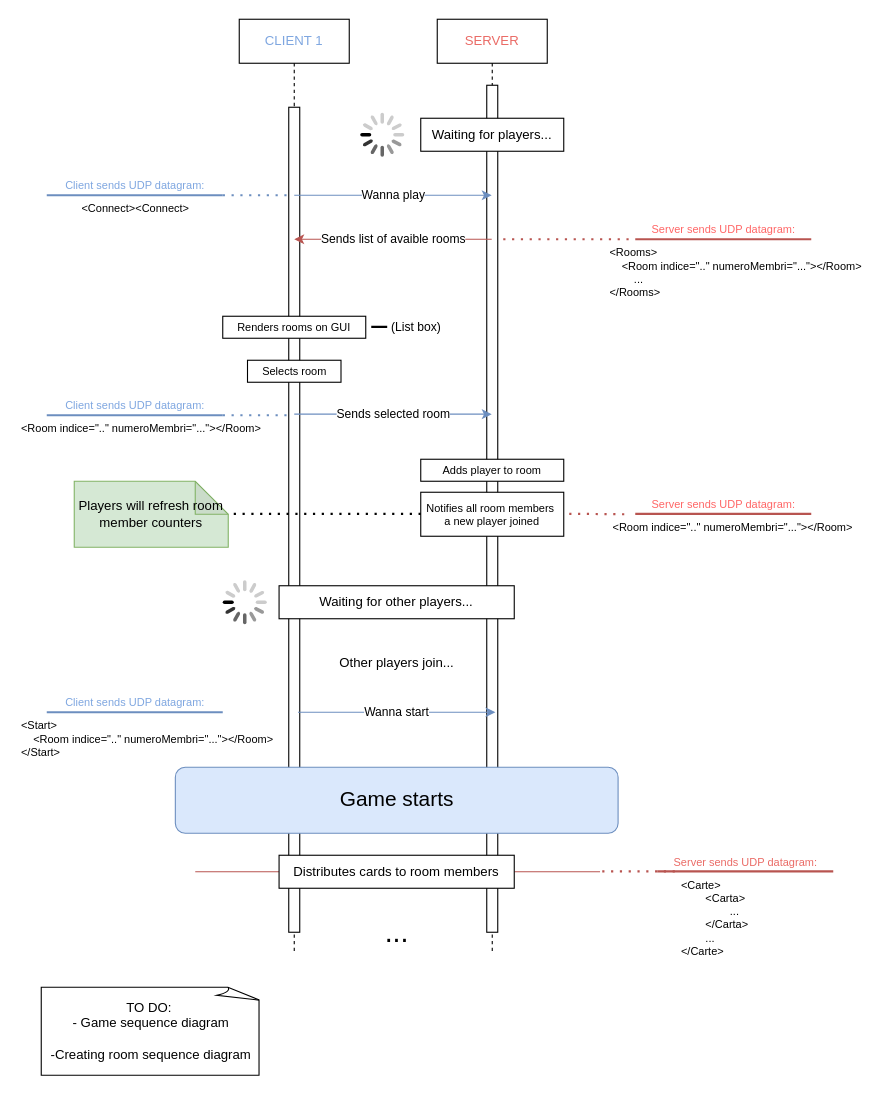
YasserKhaloufi/PROGETTO_BRISCOLA keeps this draw.io diagram as docs/Sequence diagrams/XML/Player_joins.drawio. Above is the earlier version. Source tidied: cells renumbered, new cells numbered last; positions are measured from the earlier drawing's top-left corner, leaving out a move shared by most shapes. Both pictures are drawn from the tidied source at 110%, with x=0, y=0 at pixel (41, 19).
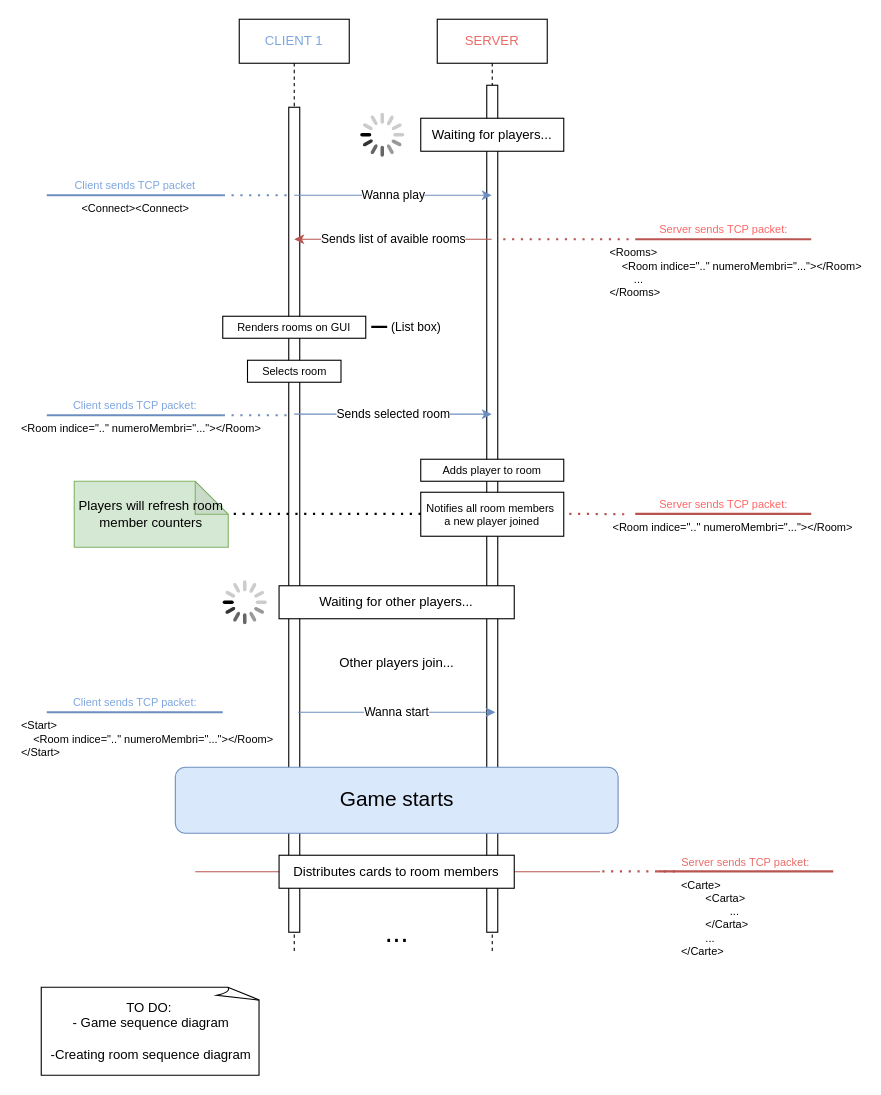
Above is the later version.

What changed in the source:
```diff
@@
-    <mxCell id="9" value="&lt;font color=&quot;#ff6666&quot;&gt;Server sends UDP datagram:&lt;/font&gt;" style="verticalAlign=bottom;html=1;endArrow=none;edgeStyle=none;labelBackgroundColor=none;fontSize=10;strokeWidth=2;rounded=0;fillColor=#f8cecc;strokeColor=#b85450;" parent="1" edge="1">
+    <mxCell id="9" value="&lt;font color=&quot;#ff6666&quot;&gt;Server sends TCP packet:&lt;/font&gt;" style="verticalAlign=bottom;html=1;endArrow=none;edgeStyle=none;labelBackgroundColor=none;fontSize=10;strokeWidth=2;rounded=0;fillColor=#f8cecc;strokeColor=#b85450;" parent="1" edge="1">
       <mxGeometry relative="1" as="geometry">
         <mxPoint x="540" y="200" as="sourcePoint" />
         <mxPoint x="700" y="200" as="targetPoint" />
       </mxGeometry>
     </mxCell>
@@
-    <mxCell id="13" value="&lt;font color=&quot;#ea6b66&quot;&gt;Server sends UDP datagram:&lt;/font&gt;" style="verticalAlign=bottom;html=1;endArrow=none;edgeStyle=none;labelBackgroundColor=none;fontSize=10;strokeWidth=2;rounded=0;fillColor=#f8cecc;strokeColor=#b85450;" parent="1" edge="1">
+    <mxCell id="13" value="&lt;font color=&quot;#ea6b66&quot;&gt;Server sends TCP packet:&lt;/font&gt;" style="verticalAlign=bottom;html=1;endArrow=none;edgeStyle=none;labelBackgroundColor=none;fontSize=10;strokeWidth=2;rounded=0;fillColor=#f8cecc;strokeColor=#b85450;" parent="1" edge="1">
       <mxGeometry relative="1" as="geometry">
         <mxPoint x="560" y="774.7" as="sourcePoint" />
         <mxPoint x="720" y="774.7" as="targetPoint" />
       </mxGeometry>
     </mxCell>
@@
-    <mxCell id="23" value="&lt;font&gt;Client sends UDP datagram:&lt;/font&gt;" style="verticalAlign=bottom;html=1;endArrow=none;edgeStyle=none;labelBackgroundColor=none;fontSize=10;strokeWidth=2;rounded=0;fillColor=#dae8fc;strokeColor=#6c8ebf;fontColor=#7EA6E0;" parent="1" edge="1">
+    <mxCell id="23" value="&lt;font&gt;Client sends TCP packet:&lt;/font&gt;" style="verticalAlign=bottom;html=1;endArrow=none;edgeStyle=none;labelBackgroundColor=none;fontSize=10;strokeWidth=2;rounded=0;fillColor=#dae8fc;strokeColor=#6c8ebf;fontColor=#7EA6E0;" parent="1" edge="1">
       <mxGeometry relative="1" as="geometry">
         <mxPoint x="5" y="360" as="sourcePoint" />
         <mxPoint x="165" y="360" as="targetPoint" />
       </mxGeometry>
     </mxCell>
@@
-    <mxCell id="30" value="&lt;font color=&quot;#ff6666&quot;&gt;Server sends UDP datagram:&lt;/font&gt;" style="verticalAlign=bottom;html=1;endArrow=none;edgeStyle=none;labelBackgroundColor=none;fontSize=10;strokeWidth=2;rounded=0;fillColor=#f8cecc;strokeColor=#b85450;" parent="1" edge="1">
+    <mxCell id="30" value="&lt;font color=&quot;#ff6666&quot;&gt;Server sends TCP packet:&lt;/font&gt;" style="verticalAlign=bottom;html=1;endArrow=none;edgeStyle=none;labelBackgroundColor=none;fontSize=10;strokeWidth=2;rounded=0;fillColor=#f8cecc;strokeColor=#b85450;" parent="1" edge="1">
       <mxGeometry relative="1" as="geometry">
         <mxPoint x="540" y="449.6" as="sourcePoint" />
         <mxPoint x="700" y="449.6" as="targetPoint" />
       </mxGeometry>
     </mxCell>
@@
-    <mxCell id="37" value="&lt;font&gt;Client sends UDP datagram:&lt;/font&gt;" style="verticalAlign=bottom;html=1;endArrow=none;edgeStyle=none;labelBackgroundColor=none;fontSize=10;strokeWidth=2;rounded=0;fillColor=#dae8fc;strokeColor=#6c8ebf;fontColor=#7EA6E0;" parent="1" edge="1">
+    <mxCell id="37" value="&lt;font&gt;Client sends TCP packet:&lt;/font&gt;" style="verticalAlign=bottom;html=1;endArrow=none;edgeStyle=none;labelBackgroundColor=none;fontSize=10;strokeWidth=2;rounded=0;fillColor=#dae8fc;strokeColor=#6c8ebf;fontColor=#7EA6E0;" parent="1" edge="1">
       <mxGeometry relative="1" as="geometry">
         <mxPoint x="5" y="630" as="sourcePoint" />
         <mxPoint x="165" y="630" as="targetPoint" />
       </mxGeometry>
     </mxCell>
@@
-    <mxCell id="39" value="&lt;font&gt;Client sends UDP datagram:&lt;/font&gt;" style="verticalAlign=bottom;html=1;endArrow=none;edgeStyle=none;labelBackgroundColor=none;fontSize=10;strokeWidth=2;rounded=0;fillColor=#dae8fc;strokeColor=#6c8ebf;fontColor=#7EA6E0;" parent="1" edge="1">
+    <mxCell id="39" value="&lt;font&gt;Client sends TCP packet&lt;/font&gt;" style="verticalAlign=bottom;html=1;endArrow=none;edgeStyle=none;labelBackgroundColor=none;fontSize=10;strokeWidth=2;rounded=0;fillColor=#dae8fc;strokeColor=#6c8ebf;fontColor=#7EA6E0;" parent="1" edge="1">
       <mxGeometry relative="1" as="geometry">
         <mxPoint x="5" y="160" as="sourcePoint" />
         <mxPoint x="165" y="160" as="targetPoint" />
       </mxGeometry>
     </mxCell>
```
